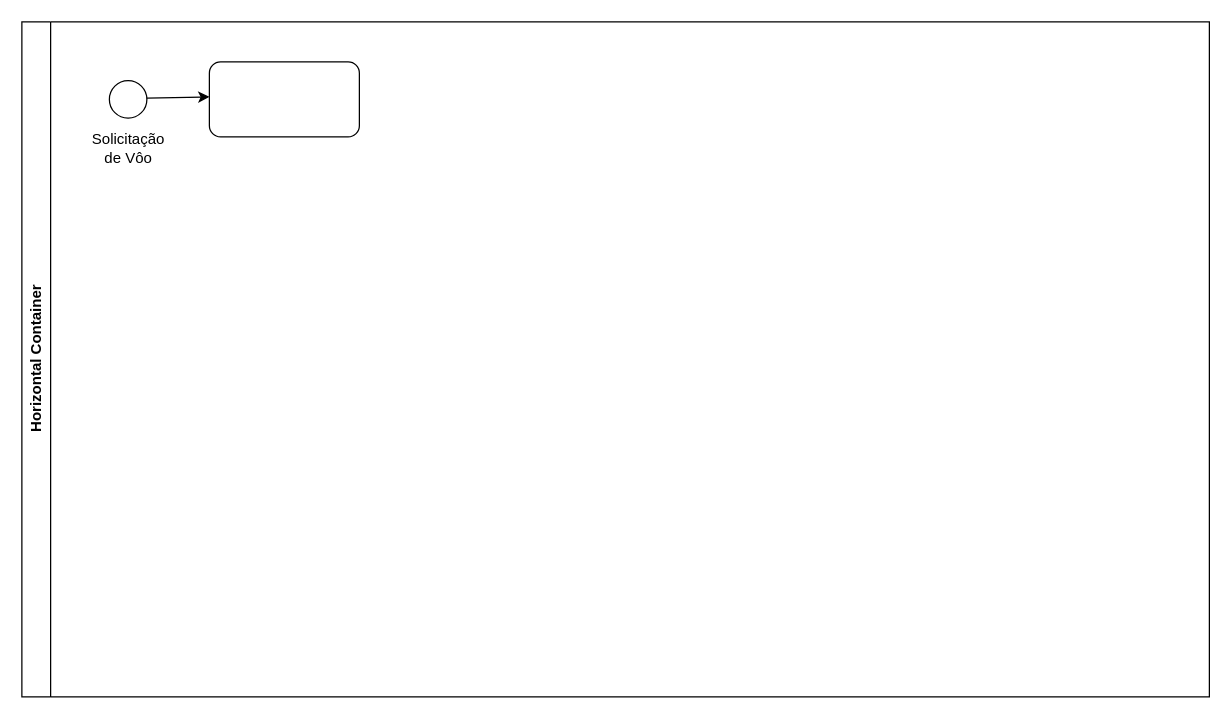
Before: Ensaios em Voo.drawio in Karennc0/XMOBOTS, a draw.io diagram. Source tidied: cells renumbered, new cells numbered last; positions are measured from the earlier drawing's top-left corner, leaving out a move shared by most shapes. Both pictures are drawn from the tidied source at 125%, with x=0, y=0 at pixel (21, 21).
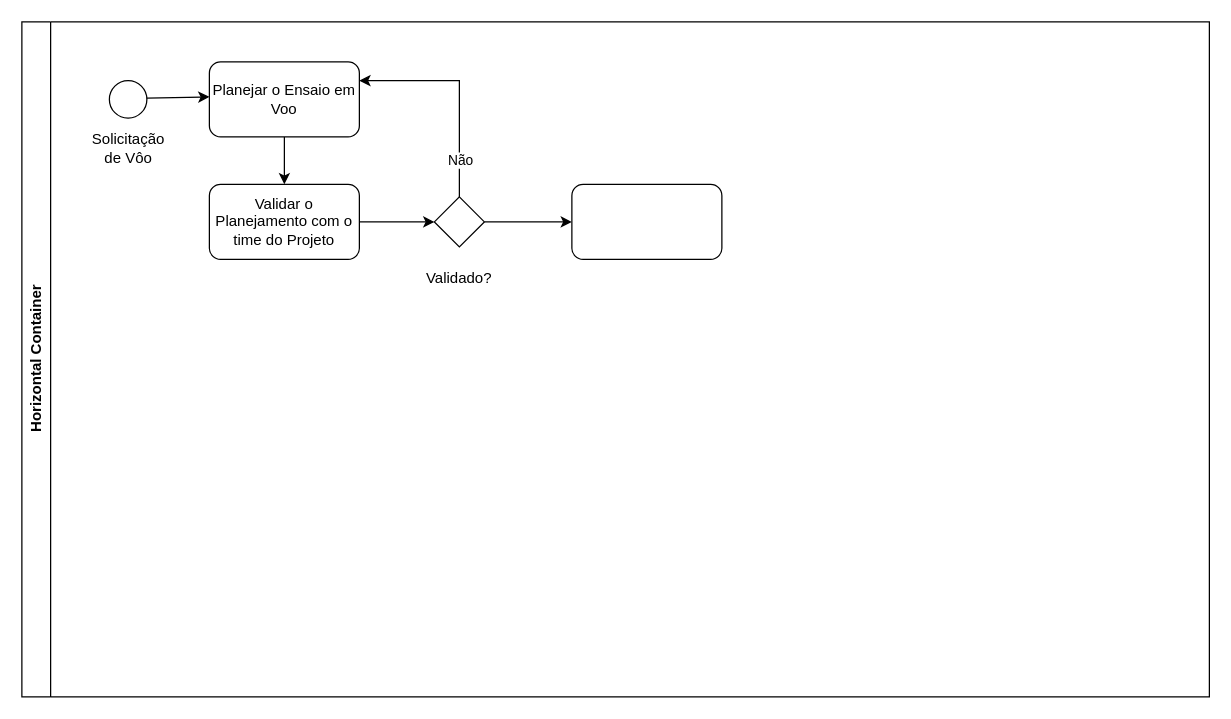
Above is the later version.

Diff of the diagram source:
```diff
@@
 <mxGraphModel>
   <root>
     <mxCell id="0" />
     <mxCell id="1" parent="0" />
     <mxCell id="2" value="Horizontal Container" style="swimlane;horizontal=0;whiteSpace=wrap;html=1;" parent="1" vertex="1">
       <mxGeometry width="950" height="540" as="geometry" />
     </mxCell>
+    <mxCell id="7" style="edgeStyle=orthogonalEdgeStyle;rounded=0;jettySize=auto;html=1;" parent="2" edge="1" source="3" target="9">
+      <mxGeometry relative="1" as="geometry" />
+    </mxCell>
-    <mxCell id="3" style="rounded=1;whiteSpace=wrap;html=1;" parent="2" vertex="1">
+    <mxCell id="3" value="Planejar o Ensaio em Voo" style="rounded=1;whiteSpace=wrap;html=1;" parent="2" vertex="1">
       <mxGeometry x="150" y="32" width="120" height="60" as="geometry" />
     </mxCell>
     <mxCell id="4" style="ellipse;whiteSpace=wrap;html=1;" parent="2" vertex="1">
       <mxGeometry x="70" y="47" width="30" height="30" as="geometry" />
     </mxCell>
     <mxCell id="5" style="endArrow=classic;html=1;rounded=0;" parent="2" edge="1">
       <mxGeometry relative="1" as="geometry">
         <mxPoint x="100" y="61" as="sourcePoint" />
         <mxPoint x="150" y="60" as="targetPoint" />
       </mxGeometry>
     </mxCell>
     <mxCell id="6" value="Solicitação de Vôo" style="text;html=1;strokeColor=none;fillColor=none;align=center;verticalAlign=middle;whiteSpace=wrap;rounded=0;" parent="2" vertex="1">
       <mxGeometry x="52.5" y="92" width="65" height="18" as="geometry" />
     </mxCell>
+    <mxCell id="8" style="edgeStyle=orthogonalEdgeStyle;rounded=0;jettySize=auto;html=1;entryX=0;entryY=0.5;entryDx=0;entryDy=0;" parent="2" edge="1" source="9" target="13">
+      <mxGeometry relative="1" as="geometry" />
+    </mxCell>
+    <mxCell id="9" value="Validar o Planejamento com o time do Projeto" style="rounded=1;whiteSpace=wrap;html=1;" parent="2" vertex="1">
+      <mxGeometry x="150" y="130" width="120" height="60" as="geometry" />
+    </mxCell>
+    <mxCell id="10" style="edgeStyle=orthogonalEdgeStyle;rounded=0;jettySize=auto;html=1;entryX=1;entryY=0.25;entryDx=0;entryDy=0;exitX=0.5;exitY=0;exitDx=0;exitDy=0;" parent="2" edge="1" source="13" target="3">
+      <mxGeometry relative="1" as="geometry">
+        <Array as="points">
+          <mxPoint x="350" y="47" />
+        </Array>
+      </mxGeometry>
+    </mxCell>
+    <mxCell id="11" value="Não" style="edgeLabel;html=1;align=center;verticalAlign=middle;" parent="10" vertex="1">
+      <mxGeometry x="-0.6" y="-2" relative="1" as="geometry">
+        <mxPoint x="-2" y="5" as="offset" />
+      </mxGeometry>
+    </mxCell>
+    <mxCell id="12" style="edgeStyle=orthogonalEdgeStyle;rounded=0;jettySize=auto;html=1;entryX=0;entryY=0.5;entryDx=0;entryDy=0;" parent="2" edge="1" source="13" target="15">
+      <mxGeometry relative="1" as="geometry" />
+    </mxCell>
+    <mxCell id="13" style="rhombus;whiteSpace=wrap;html=1;" parent="2" vertex="1">
+      <mxGeometry x="330" y="140" width="40" height="40" as="geometry" />
+    </mxCell>
+    <mxCell id="14" value="Validado?" style="text;html=1;strokeColor=none;fillColor=none;align=center;verticalAlign=middle;whiteSpace=wrap;rounded=0;" parent="2" vertex="1">
+      <mxGeometry x="320" y="190" width="60" height="30" as="geometry" />
+    </mxCell>
+    <mxCell id="15" style="rounded=1;whiteSpace=wrap;html=1;" parent="2" vertex="1">
+      <mxGeometry x="440" y="130" width="120" height="60" as="geometry" />
+    </mxCell>
   </root>
 </mxGraphModel>
```
